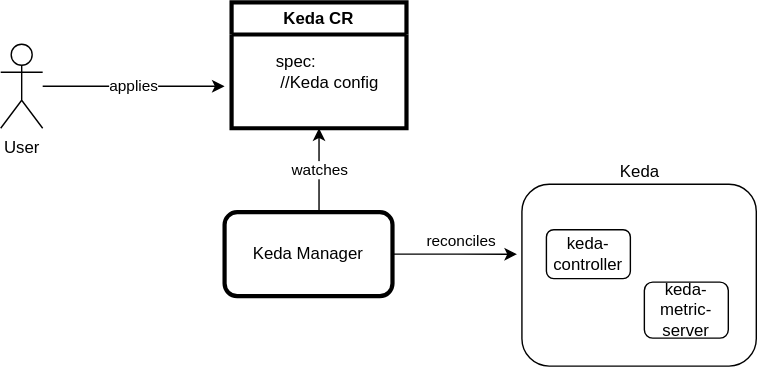
Before: docs/assets/keda-overview.drawio.svg, a diagram exported from draw.io (kyma-project/keda-manager). Source tidied: cells renumbered, new cells last; positions are measured from the earlier drawing's top-left corner, leaving out a move shared by most shapes.
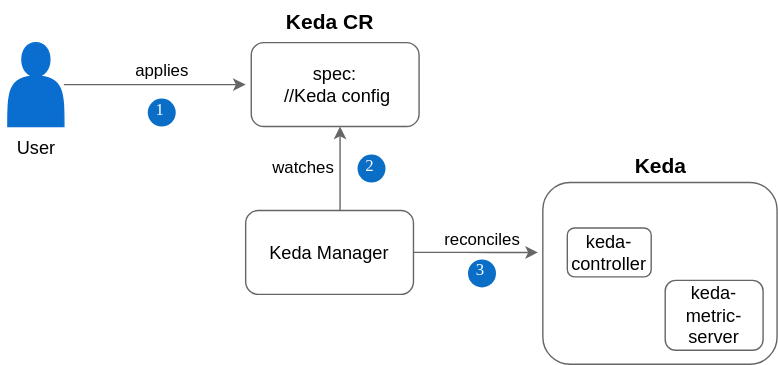
Above is the later version.

Commit message:
fix diagrams and add diagram steps

Change to the diagram source:
```diff
@@ -2,46 +2,61 @@
   <root>
     <mxCell id="0" />
     <mxCell id="1" parent="0" />
-    <mxCell id="2" value="watches" style="edgeStyle=orthogonalEdgeStyle;rounded=0;jettySize=auto;html=1;entryX=0.5;entryY=1;entryDx=0;entryDy=0;" parent="1" edge="1" source="5" target="6">
-      <mxGeometry relative="1" as="geometry">
+    <mxCell id="2" value="watches" style="edgeStyle=orthogonalEdgeStyle;rounded=1;jettySize=auto;html=1;entryX=0.5;entryY=1;entryDx=0;entryDy=0;fontSize=12;strokeColor=#666666;" parent="1" edge="1" source="5">
+      <mxGeometry y="28" relative="1" as="geometry">
+        <mxPoint x="227.5" y="90" as="targetPoint" />
         <Array as="points">
           <mxPoint x="228" y="120" />
         </Array>
+        <mxPoint x="1" as="offset" />
       </mxGeometry>
     </mxCell>
-    <mxCell id="3" style="edgeStyle=orthogonalEdgeStyle;rounded=0;jettySize=auto;html=1;entryX=-0.021;entryY=0.385;entryDx=0;entryDy=0;entryPerimeter=0;" parent="1" edge="1" source="5" target="8">
+    <mxCell id="3" style="edgeStyle=orthogonalEdgeStyle;rounded=1;jettySize=auto;html=1;entryX=-0.021;entryY=0.385;entryDx=0;entryDy=0;entryPerimeter=0;strokeColor=#666666;" parent="1" edge="1" source="5" target="8">
       <mxGeometry relative="1" as="geometry" />
     </mxCell>
-    <mxCell id="4" value="reconciles" style="edgeLabel;html=1;align=center;verticalAlign=middle;" parent="3" vertex="1">
+    <mxCell id="4" value="reconciles" style="edgeLabel;html=1;align=center;verticalAlign=middle;fontSize=12;" parent="3" vertex="1">
       <mxGeometry x="0.11" y="-1" relative="1" as="geometry">
         <mxPoint y="-11" as="offset" />
       </mxGeometry>
     </mxCell>
-    <mxCell id="5" value="Keda Manager" style="rounded=1;whiteSpace=wrap;html=1;strokeWidth=3;" parent="1" vertex="1">
+    <mxCell id="5" value="Keda Manager" style="rounded=1;whiteSpace=wrap;html=1;strokeWidth=1;strokeColor=#666666;fontSize=13;" parent="1" vertex="1">
       <mxGeometry x="160" y="150" width="120" height="60" as="geometry" />
     </mxCell>
-    <mxCell id="6" value="Keda CR" style="swimlane;whiteSpace=wrap;html=1;strokeWidth=3;" parent="1" vertex="1">
-      <mxGeometry x="165" width="125" height="90" as="geometry" />
-    </mxCell>
-    <mxCell id="7" value="&lt;div style=&quot;&quot;&gt;&lt;span style=&quot;background-color: initial;&quot;&gt;spec:&lt;br&gt;&lt;/span&gt;&lt;span style=&quot;background-color: initial;&quot;&gt;&amp;nbsp;//Keda config&lt;/span&gt;&lt;/div&gt;" style="text;html=1;align=left;verticalAlign=middle;strokeColor=none;fillColor=none;" parent="6" vertex="1">
-      <mxGeometry x="30" y="30" width="100" height="40" as="geometry" />
-    </mxCell>
-    <mxCell id="8" value="Keda" style="rounded=1;whiteSpace=wrap;html=1;labelPosition=center;verticalLabelPosition=top;align=center;verticalAlign=bottom;" parent="1" vertex="1">
+    <mxCell id="8" value="Keda" style="rounded=1;whiteSpace=wrap;html=1;labelPosition=center;verticalLabelPosition=top;align=center;verticalAlign=bottom;strokeColor=#666666;fontSize=15;fontStyle=1;" parent="1" vertex="1">
       <mxGeometry x="372.5" y="130" width="167.5" height="130" as="geometry" />
     </mxCell>
-    <mxCell id="9" value="keda-controller" style="rounded=1;whiteSpace=wrap;html=1;" parent="1" vertex="1">
+    <mxCell id="9" value="keda-controller" style="rounded=1;whiteSpace=wrap;html=1;fontSize=13;strokeColor=#666666;" parent="1" vertex="1">
       <mxGeometry x="390" y="162.5" width="60" height="35" as="geometry" />
     </mxCell>
-    <mxCell id="10" value="keda-metric-server" style="rounded=1;whiteSpace=wrap;html=1;" parent="1" vertex="1">
-      <mxGeometry x="460" y="200" width="60" height="40" as="geometry" />
+    <mxCell id="10" value="keda-metric-server" style="rounded=1;whiteSpace=wrap;html=1;fontSize=13;strokeColor=#666666;" parent="1" vertex="1">
+      <mxGeometry x="460" y="200" width="70" height="50" as="geometry" />
     </mxCell>
-    <mxCell id="11" value="applies" style="edgeStyle=orthogonalEdgeStyle;rounded=0;jettySize=auto;html=1;" parent="1" edge="1" source="12">
-      <mxGeometry relative="1" as="geometry">
+    <mxCell id="11" value="applies" style="edgeStyle=orthogonalEdgeStyle;rounded=1;orthogonalLoop=1;jettySize=auto;html=1;fontSize=12;strokeColor=#666666;" parent="1" edge="1">
+      <mxGeometry x="0.08" y="10" relative="1" as="geometry">
+        <mxPoint x="30" y="60" as="sourcePoint" />
         <mxPoint x="160" y="60" as="targetPoint" />
       </mxGeometry>
     </mxCell>
+    <mxCell id="7" value="spec:&lt;br style=&quot;border-color: var(--border-color); font-size: 13px;&quot;&gt;&lt;span style=&quot;border-color: var(--border-color); text-align: left; background-color: initial; font-size: 13px;&quot;&gt;&amp;nbsp;//Keda config&lt;/span&gt;" style="rounded=1;whiteSpace=wrap;html=1;strokeColor=#666666;fontSize=13;" parent="1" vertex="1">
+      <mxGeometry x="164" y="30" width="120" height="60" as="geometry" />
+    </mxCell>
+    <mxCell id="6" value="&lt;b style=&quot;font-size: 15px;&quot;&gt;&lt;font style=&quot;font-size: 15px;&quot;&gt;Keda CR&lt;/font&gt;&lt;/b&gt;" style="text;html=1;align=center;verticalAlign=middle;points=[];strokeColor=none;fillColor=none;fontSize=15;" parent="1" vertex="1">
+      <mxGeometry x="175" width="90" height="30" as="geometry" />
+    </mxCell>
+    <mxCell id="13" value="1" style="ellipse;whiteSpace=wrap;html=1;strokeWidth=2;fontFamily=Tahoma;spacingBottom=4;spacingRight=2;strokeColor=none;fillColor=#0A6EC7;fontColor=#FFFFFF;" parent="1" vertex="1">
+      <mxGeometry x="90" y="70" width="20" height="20" as="geometry" />
+    </mxCell>
+    <mxCell id="14" value="2" style="ellipse;whiteSpace=wrap;html=1;strokeWidth=2;fontFamily=Tahoma;spacingBottom=4;spacingRight=2;strokeColor=none;fontColor=#FFFFFF;fillColor=#0A6EC7;" parent="1" vertex="1">
+      <mxGeometry x="240" y="110" width="20" height="20" as="geometry" />
+    </mxCell>
+    <mxCell id="15" value="3" style="ellipse;whiteSpace=wrap;html=1;strokeWidth=2;fontFamily=Tahoma;spacingBottom=4;spacingRight=2;strokeColor=none;fillColor=#0A6EC7;fontColor=#FFFFFF;" parent="1" vertex="1">
+      <mxGeometry x="319" y="185" width="20" height="20" as="geometry" />
+    </mxCell>
+    <mxCell id="16" style="shape=actor;whiteSpace=wrap;html=1;fillColor=#0A6ED1;strokeColor=#0A6ED1;" parent="1" vertex="1">
+      <mxGeometry x="-10" y="30" width="40" height="60" as="geometry" />
+    </mxCell>
-    <mxCell id="12" value="User" style="shape=umlActor;verticalLabelPosition=bottom;verticalAlign=top;html=1;outlineConnect=0;strokeWidth=1;" parent="1" vertex="1">
-      <mxGeometry y="30" width="30" height="60" as="geometry" />
+    <mxCell id="12" value="&lt;font style=&quot;font-size: 13px;&quot;&gt;User&lt;/font&gt;" style="text;html=1;align=center;verticalAlign=middle;points=[];strokeColor=none;fillColor=none;" parent="1" vertex="1">
+      <mxGeometry x="-15" y="90" width="50" height="30" as="geometry" />
     </mxCell>
   </root>
 </mxGraphModel>
```
